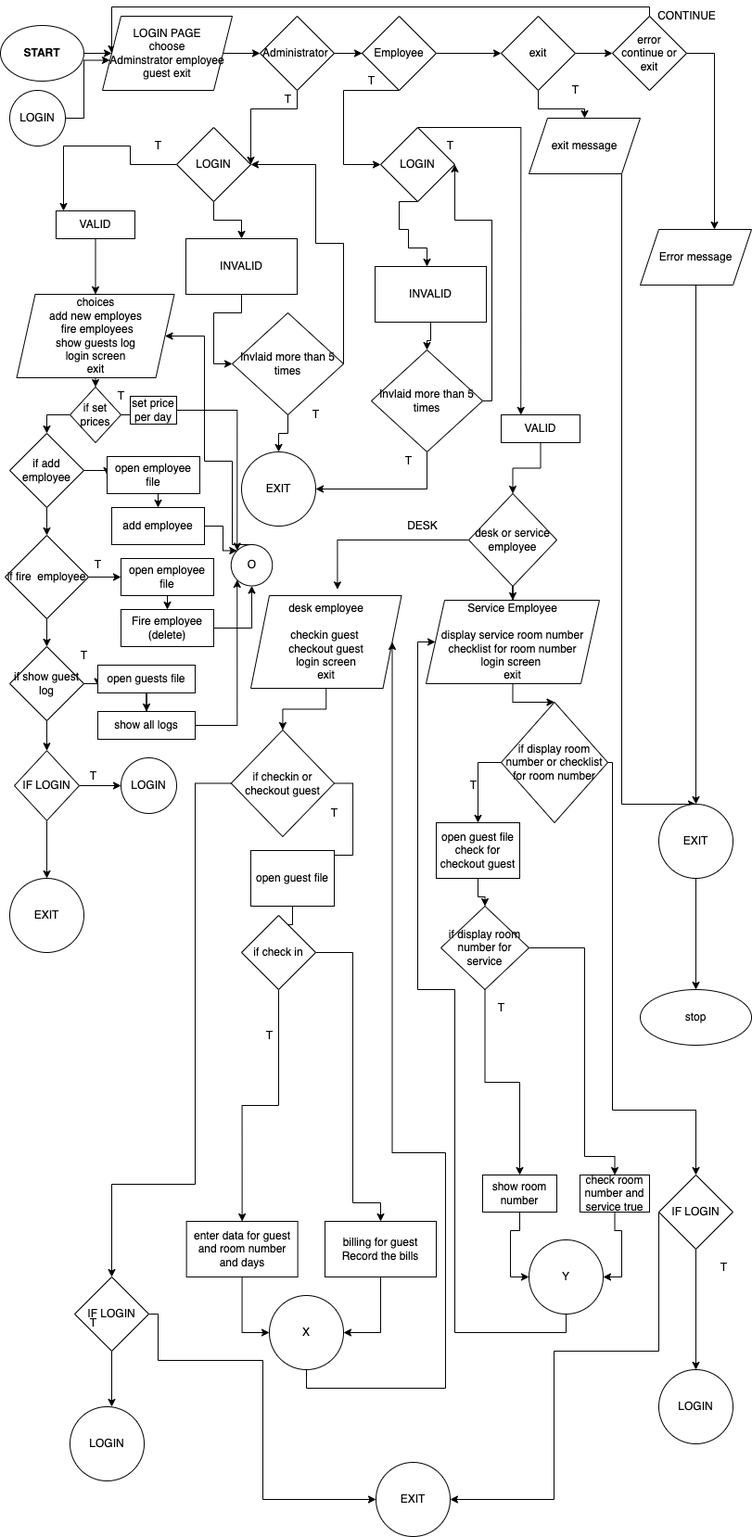
The draw.io diagram FINAL PROJECT/FLOW.png in rpandox/C-programming_sem1-KEC, before a commit. Source tidied: cells renumbered, new cells last; positions are measured from the earlier drawing's top-left corner, leaving out a move shared by most shapes.
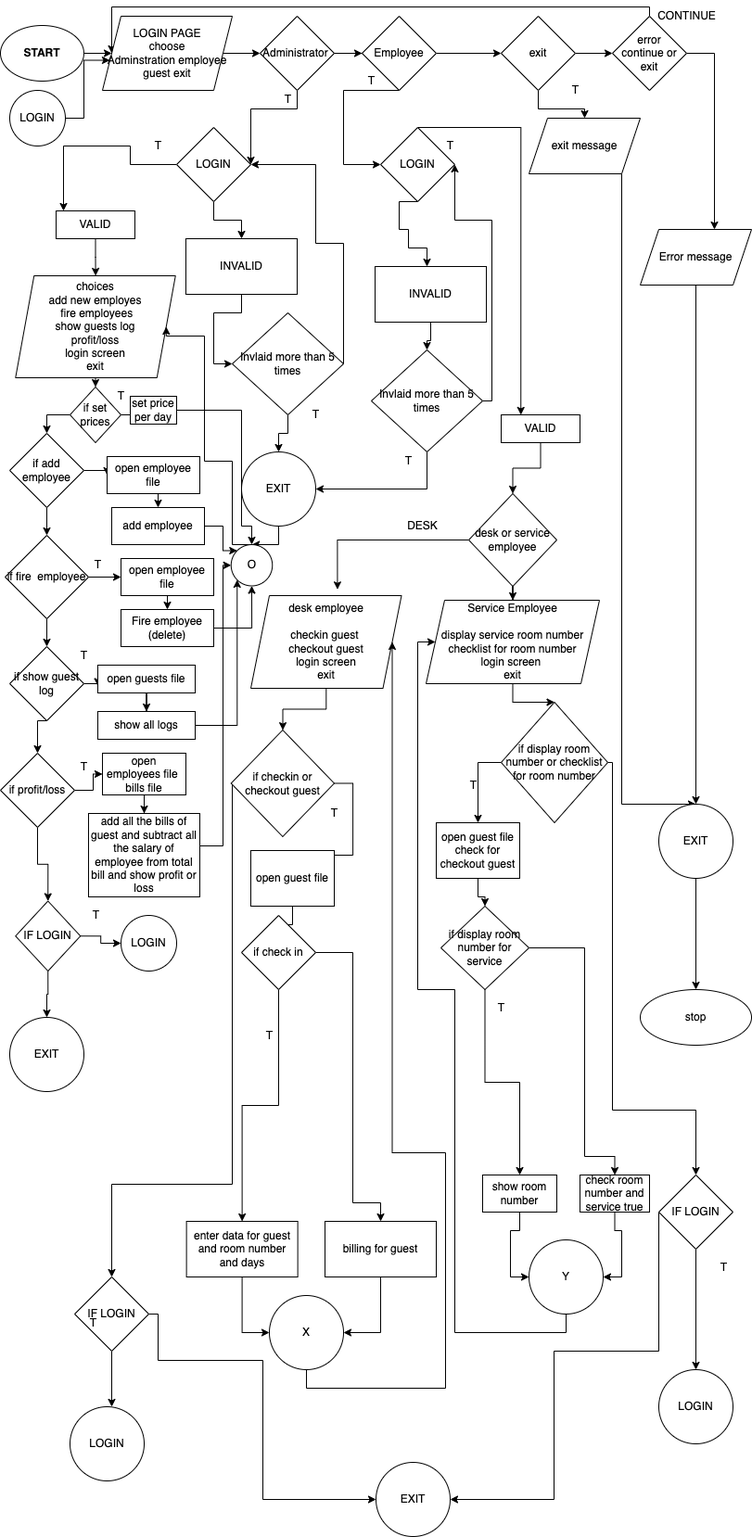
Later version of the same file.

Commit message:
edited a simple flowchart of the final project

Change to the diagram source:
```diff
@@ -98,13 +98,13 @@
     <mxCell id="23" style="edgeStyle=orthogonalEdgeStyle;rounded=0;jettySize=auto;html=1;exitX=0.5;exitY=1;exitDx=0;exitDy=0;entryX=0.5;entryY=0;entryDx=0;entryDy=0;" parent="1" edge="1" source="24" target="143">
       <mxGeometry relative="1" as="geometry" />
     </mxCell>
-    <mxCell id="24" value="&lt;span style=&quot;&quot;&gt;choices&lt;/span&gt;&lt;br style=&quot;&quot;&gt;&lt;span style=&quot;&quot;&gt;add new employes&lt;/span&gt;&lt;br style=&quot;&quot;&gt;&amp;nbsp;fire employees&lt;br&gt;show guests log&lt;br&gt;login screen&lt;br&gt;exit" style="shape=parallelogram;perimeter=parallelogramPerimeter;whiteSpace=wrap;html=1;fixedSize=1;" parent="1" vertex="1">
-      <mxGeometry x="17.5" y="310" width="170" height="90" as="geometry" />
+    <mxCell id="24" value="&lt;span style=&quot;&quot;&gt;choices&lt;/span&gt;&lt;br style=&quot;&quot;&gt;&lt;span style=&quot;&quot;&gt;add new employes&lt;/span&gt;&lt;br style=&quot;&quot;&gt;&amp;nbsp;fire employees&lt;br&gt;show guests log&lt;br&gt;profit/loss&lt;br&gt;login screen&lt;br&gt;exit" style="shape=parallelogram;perimeter=parallelogramPerimeter;whiteSpace=wrap;html=1;fixedSize=1;" parent="1" vertex="1">
+      <mxGeometry x="16.2" y="290" width="172.5" height="110" as="geometry" />
     </mxCell>
     <mxCell id="25" style="edgeStyle=orthogonalEdgeStyle;rounded=0;jettySize=auto;html=1;entryX=0;entryY=0.5;entryDx=0;entryDy=0;" parent="1" edge="1" source="26" target="6">
       <mxGeometry relative="1" as="geometry" />
     </mxCell>
-    <mxCell id="26" value="&lt;span style=&quot;&quot;&gt;LOGIN PAGE&lt;/span&gt;&lt;br style=&quot;&quot;&gt;&lt;span style=&quot;&quot;&gt;choose&lt;/span&gt;&lt;br style=&quot;&quot;&gt;&lt;span style=&quot;&quot;&gt;Adminstrator employee guest exit&lt;/span&gt;" style="shape=parallelogram;perimeter=parallelogramPerimeter;whiteSpace=wrap;html=1;fixedSize=1;" parent="1" vertex="1">
+    <mxCell id="26" value="&lt;span style=&quot;&quot;&gt;LOGIN PAGE&lt;/span&gt;&lt;br style=&quot;&quot;&gt;&lt;span style=&quot;&quot;&gt;choose&lt;/span&gt;&lt;br style=&quot;&quot;&gt;&lt;span style=&quot;&quot;&gt;Adminstration employee guest exit&lt;/span&gt;" style="shape=parallelogram;perimeter=parallelogramPerimeter;whiteSpace=wrap;html=1;fixedSize=1;" parent="1" vertex="1">
       <mxGeometry x="110" y="10" width="140" height="80" as="geometry" />
     </mxCell>
     <mxCell id="27" style="edgeStyle=orthogonalEdgeStyle;rounded=0;jettySize=auto;html=1;" parent="1" edge="1" source="29" target="31">
@@ -143,6 +143,9 @@
     <mxCell id="34" value="Invlaid more than 5 times" style="rhombus;whiteSpace=wrap;html=1;" parent="1" vertex="1">
       <mxGeometry x="250" y="330" width="120" height="110" as="geometry" />
     </mxCell>
+    <mxCell id="148" style="edgeStyle=orthogonalEdgeStyle;rounded=0;jettySize=auto;html=1;" parent="1" edge="1" source="35" target="115">
+      <mxGeometry relative="1" as="geometry" />
+    </mxCell>
     <mxCell id="35" value="EXIT" style="ellipse;whiteSpace=wrap;html=1;" parent="1" vertex="1">
       <mxGeometry x="260" y="480" width="80" height="80" as="geometry" />
     </mxCell>
@@ -229,8 +232,7 @@
     <mxCell id="57" style="edgeStyle=orthogonalEdgeStyle;rounded=0;jettySize=auto;html=1;entryX=0.5;entryY=0;entryDx=0;entryDy=0;" parent="1" edge="1" source="58" target="88">
       <mxGeometry relative="1" as="geometry">
         <Array as="points">
-          <mxPoint x="210" y="838" />
-          <mxPoint x="210" y="1270" />
+          <mxPoint x="250" y="1270" />
           <mxPoint x="120" y="1270" />
         </Array>
       </mxGeometry>
@@ -304,7 +306,7 @@
     <mxCell id="74" style="edgeStyle=orthogonalEdgeStyle;rounded=0;jettySize=auto;html=1;entryX=1;entryY=0.5;entryDx=0;entryDy=0;" parent="1" edge="1" source="75" target="77">
       <mxGeometry relative="1" as="geometry" />
     </mxCell>
-    <mxCell id="75" value="billing for guest&lt;br&gt;Record the bills" style="rounded=0;whiteSpace=wrap;html=1;" parent="1" vertex="1">
+    <mxCell id="75" value="billing for guest" style="rounded=0;whiteSpace=wrap;html=1;" parent="1" vertex="1">
       <mxGeometry x="350" y="1310" width="120" height="60" as="geometry" />
     </mxCell>
     <mxCell id="76" style="edgeStyle=orthogonalEdgeStyle;rounded=0;jettySize=auto;html=1;entryX=1;entryY=0.5;entryDx=0;entryDy=0;" parent="1" edge="1" source="77" target="50">
@@ -419,13 +421,13 @@
       <mxGeometry relative="1" as="geometry" />
     </mxCell>
     <mxCell id="103" value="IF LOGIN" style="rhombus;whiteSpace=wrap;html=1;" parent="1" vertex="1">
-      <mxGeometry x="15" y="802.2" width="70" height="75.5" as="geometry" />
+      <mxGeometry x="16.2" y="964.5" width="70" height="75.5" as="geometry" />
     </mxCell>
     <mxCell id="104" value="LOGIN" style="ellipse;whiteSpace=wrap;html=1;" parent="1" vertex="1">
-      <mxGeometry x="130" y="810" width="60" height="60" as="geometry" />
+      <mxGeometry x="130" y="980" width="60" height="60" as="geometry" />
     </mxCell>
     <mxCell id="105" value="EXIT" style="ellipse;whiteSpace=wrap;html=1;" parent="1" vertex="1">
-      <mxGeometry x="10" y="940" width="80" height="80" as="geometry" />
+      <mxGeometry x="10" y="1090" width="80" height="80" as="geometry" />
     </mxCell>
     <mxCell id="106" style="edgeStyle=orthogonalEdgeStyle;rounded=0;jettySize=auto;html=1;exitX=0.5;exitY=1;exitDx=0;exitDy=0;entryX=0.5;entryY=0;entryDx=0;entryDy=0;" parent="1" edge="1" source="107" target="109">
       <mxGeometry relative="1" as="geometry" />
@@ -516,14 +518,14 @@
       <mxGeometry x="95" y="592.2" width="20" height="20" as="geometry" />
     </mxCell>
     <mxCell id="133" value="T" style="text;html=1;align=center;verticalAlign=middle;fillColor=none;strokeColor=none;rounded=0;" parent="1" vertex="1">
-      <mxGeometry x="90" y="820" width="20" height="20" as="geometry" />
+      <mxGeometry x="92.5" y="970" width="20" height="20" as="geometry" />
     </mxCell>
-    <mxCell id="134" style="edgeStyle=orthogonalEdgeStyle;rounded=0;jettySize=auto;html=1;" parent="1" edge="1" source="136" target="103">
-      <mxGeometry relative="1" as="geometry" />
-    </mxCell>
     <mxCell id="135" style="edgeStyle=orthogonalEdgeStyle;rounded=0;jettySize=auto;html=1;exitX=1;exitY=0.5;exitDx=0;exitDy=0;entryX=0;entryY=0.75;entryDx=0;entryDy=0;" parent="1" edge="1" source="136" target="138">
       <mxGeometry relative="1" as="geometry" />
     </mxCell>
+    <mxCell id="149" style="edgeStyle=orthogonalEdgeStyle;rounded=0;jettySize=auto;html=1;exitX=0.5;exitY=1;exitDx=0;exitDy=0;entryX=0.5;entryY=0;entryDx=0;entryDy=0;" parent="1" edge="1" source="136" target="152">
+      <mxGeometry relative="1" as="geometry" />
+    </mxCell>
     <mxCell id="136" value="if show guest log" style="rhombus;whiteSpace=wrap;html=1;" parent="1" vertex="1">
       <mxGeometry x="10" y="690" width="80" height="80" as="geometry" />
     </mxCell>
@@ -548,8 +550,14 @@
     <mxCell id="143" value="if set prices" style="rhombus;whiteSpace=wrap;html=1;" parent="1" vertex="1">
       <mxGeometry x="75" y="410" width="55" height="60" as="geometry" />
     </mxCell>
-    <mxCell id="144" style="edgeStyle=orthogonalEdgeStyle;rounded=0;jettySize=auto;html=1;exitX=1;exitY=0.5;exitDx=0;exitDy=0;entryX=0;entryY=0;entryDx=0;entryDy=0;" parent="1" edge="1" source="145" target="115">
-      <mxGeometry relative="1" as="geometry" />
+    <mxCell id="144" style="edgeStyle=orthogonalEdgeStyle;rounded=0;jettySize=auto;html=1;exitX=1;exitY=0.5;exitDx=0;exitDy=0;entryX=0.5;entryY=0;entryDx=0;entryDy=0;" parent="1" edge="1" source="145" target="115">
+      <mxGeometry relative="1" as="geometry">
+        <Array as="points">
+          <mxPoint x="260" y="435" />
+          <mxPoint x="260" y="560" />
+          <mxPoint x="271" y="560" />
+        </Array>
+      </mxGeometry>
     </mxCell>
     <mxCell id="145" value="set price per day" style="whiteSpace=wrap;html=1;" parent="1" vertex="1">
       <mxGeometry x="140" y="420" width="50" height="30" as="geometry" />
@@ -560,5 +568,34 @@
     <mxCell id="147" value="T" style="text;html=1;align=center;verticalAlign=middle;fillColor=none;strokeColor=none;rounded=0;" parent="1" vertex="1">
       <mxGeometry x="80" y="690" width="20" height="20" as="geometry" />
     </mxCell>
+    <mxCell id="150" style="edgeStyle=orthogonalEdgeStyle;rounded=0;jettySize=auto;html=1;" parent="1" edge="1" source="152" target="154">
+      <mxGeometry relative="1" as="geometry" />
+    </mxCell>
+    <mxCell id="151" style="edgeStyle=orthogonalEdgeStyle;rounded=0;jettySize=auto;html=1;exitX=0.5;exitY=1;exitDx=0;exitDy=0;entryX=0.5;entryY=0;entryDx=0;entryDy=0;" parent="1" edge="1" source="152" target="103">
+      <mxGeometry relative="1" as="geometry" />
+    </mxCell>
+    <mxCell id="152" value="if profit/loss" style="rhombus;whiteSpace=wrap;html=1;" parent="1" vertex="1">
+      <mxGeometry y="805" width="80" height="80" as="geometry" />
+    </mxCell>
+    <mxCell id="153" style="edgeStyle=orthogonalEdgeStyle;rounded=0;jettySize=auto;html=1;" parent="1" edge="1" source="154" target="156">
+      <mxGeometry relative="1" as="geometry" />
+    </mxCell>
+    <mxCell id="154" value="open employees file&amp;nbsp;&lt;br&gt;bills file" style="whiteSpace=wrap;html=1;" parent="1" vertex="1">
+      <mxGeometry x="110" y="805" width="90" height="45" as="geometry" />
+    </mxCell>
+    <mxCell id="155" style="edgeStyle=orthogonalEdgeStyle;rounded=0;jettySize=auto;html=1;exitX=1;exitY=0.5;exitDx=0;exitDy=0;entryX=0;entryY=0.5;entryDx=0;entryDy=0;" parent="1" edge="1" source="156" target="115">
+      <mxGeometry relative="1" as="geometry">
+        <Array as="points">
+          <mxPoint x="240" y="905" />
+          <mxPoint x="240" y="602" />
+        </Array>
+      </mxGeometry>
+    </mxCell>
+    <mxCell id="156" value="add all the bills of guest and subtract all the salary of employee from total bill and show profit or loss" style="whiteSpace=wrap;html=1;" parent="1" vertex="1">
+      <mxGeometry x="95" y="870" width="120" height="90" as="geometry" />
+    </mxCell>
+    <mxCell id="157" value="T" style="text;html=1;align=center;verticalAlign=middle;fillColor=none;strokeColor=none;rounded=0;" parent="1" vertex="1">
+      <mxGeometry x="80" y="810" width="20" height="20" as="geometry" />
+    </mxCell>
   </root>
 </mxGraphModel>
```
